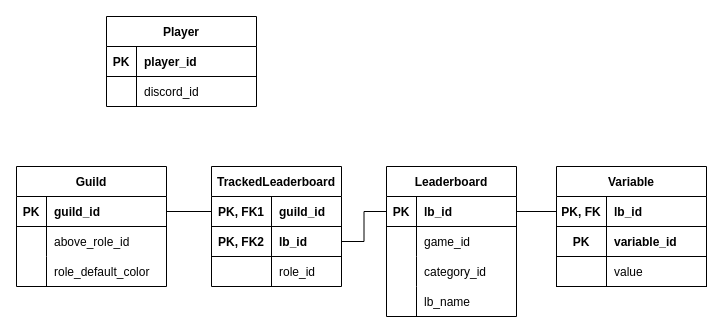
Above: srcwrsbot.drawio in mitchell-merry/src-wrs-bot-v2 (draw.io), before the change. Source tidied: cells renumbered, new cells numbered last; positions are measured from the earlier drawing's top-left corner, leaving out a move shared by most shapes. Both pictures are drawn from the tidied source at 100%, with x=0, y=0 at pixel (16, 16).
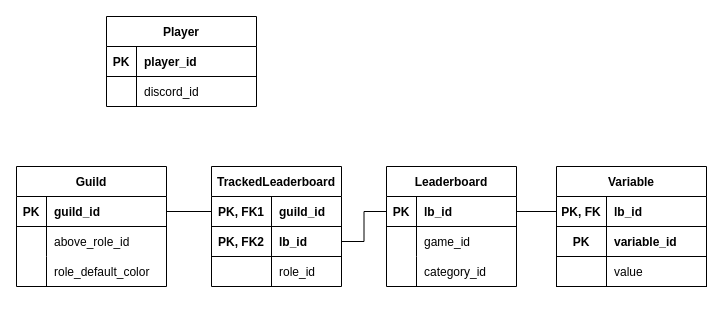
The same diagram, later.

Commit message (it also covers changes not shown here):
Add basic Leaderboard model and update database diagram.

The edit, as a diff of the source:
```diff
@@
     <mxCell id="3" value="Leaderboard" style="shape=table;startSize=30;childLayout=tableLayout;rowLines=0;fontStyle=1;align=center;" parent="1" vertex="1">
-      <mxGeometry x="370" y="150" width="130" height="150" as="geometry" />
+      <mxGeometry x="370" y="150" width="130" height="120" as="geometry" />
     </mxCell>
@@
-    <mxCell id="13" style="shape=partialRectangle;fillColor=none;top=0;left=0;right=0;bottom=0;" parent="3" vertex="1">
-      <mxGeometry y="120" width="130" height="30" as="geometry" />
-    </mxCell>
-    <mxCell id="14" style="shape=partialRectangle;overflow=hidden;fillColor=none;top=0;left=0;bottom=0;right=0;" parent="13" vertex="1">
-      <mxGeometry width="30" height="30" as="geometry" />
-    </mxCell>
-    <mxCell id="15" value="lb_name" style="shape=partialRectangle;overflow=hidden;fillColor=none;top=0;left=0;bottom=0;right=0;align=left;spacingLeft=6;" parent="13" vertex="1">
-      <mxGeometry x="30" width="100" height="30" as="geometry" />
-    </mxCell>
```
